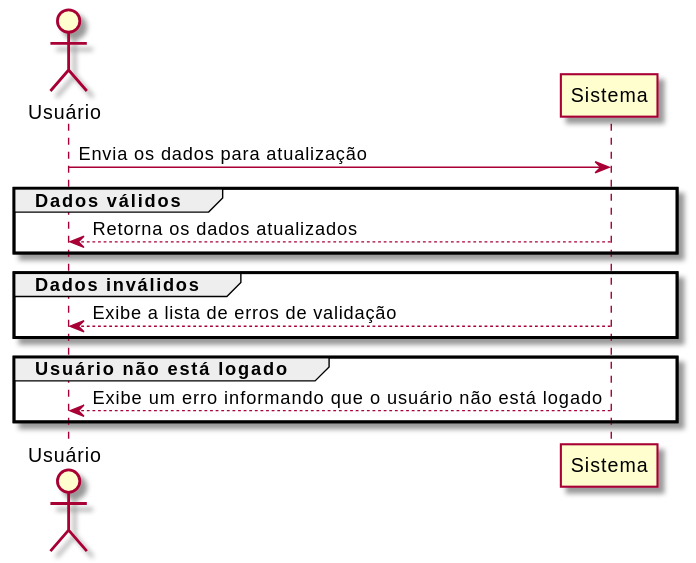
Before: out/casos-de-uso/USU02/USU02.svg, a diagram exported from PlantUML (CleysonPH/desafio-gastos-pessoais). The source it was exported from:
```plantuml
@startuml USU02

actor Usuário
participant Sistema

Usuário -> Sistema: Envia os dados para atualização

group Dados válidos
  Sistema --> Usuário: Retorna os dados atualizados
end

group Dados inválidos
  Sistema --> Usuário: Exibe a lista de erros de validação
end

group Usuário não está logado
  Sistema --> Usuário: Exibe um erro informando que o usuário não está logado
end

@enduml
```
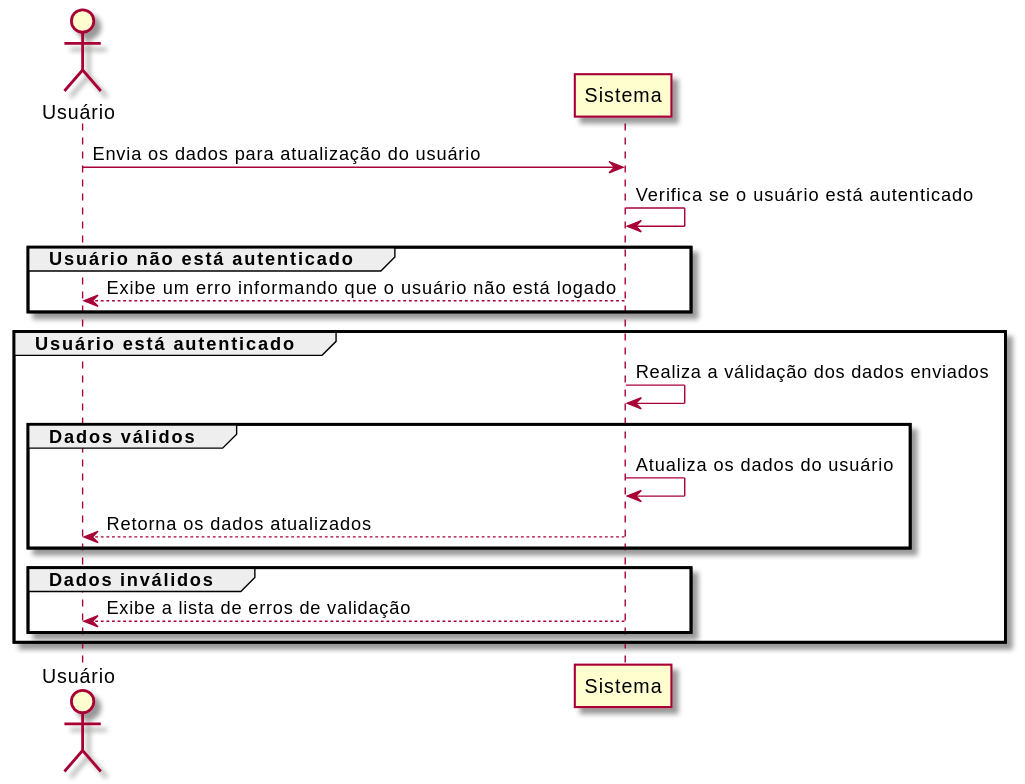
Later version of the same file.

What changed in the source:
```diff
@@ -3,18 +3,24 @@
 actor Usuário
 participant Sistema
 
-Usuário -> Sistema: Envia os dados para atualização
+Usuário -> Sistema: Envia os dados para atualização do usuário
 
-group Dados válidos
-  Sistema --> Usuário: Retorna os dados atualizados
-end
+Sistema -> Sistema: Verifica se o usuário está autenticado
 
-group Dados inválidos
-  Sistema --> Usuário: Exibe a lista de erros de validação
-end
-
-group Usuário não está logado
+group Usuário não está autenticado
   Sistema --> Usuário: Exibe um erro informando que o usuário não está logado
 end
 
+group Usuário está autenticado
+  Sistema -> Sistema: Realiza a válidação dos dados enviados
+
+  group Dados válidos
+    Sistema -> Sistema: Atualiza os dados do usuário
+    Sistema --> Usuário: Retorna os dados atualizados
+  end
+
+  group Dados inválidos
+    Sistema --> Usuário: Exibe a lista de erros de validação
+  end
+end
 @enduml
```
